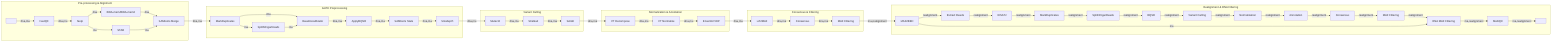
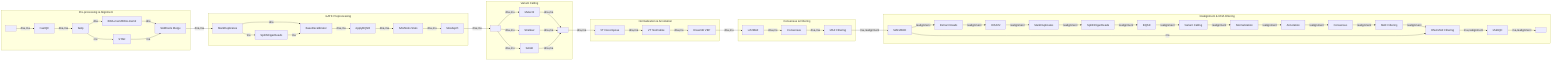
%%metro title: nf-core/rnadnavar
%%metro logo: examples/nf-core-rnadnavar_logo_dark.png
%%metro style: dark
%%metro file: fastq_in | FASTQ
%%metro file: report_out | HTML
%%metro line: dna | DNA (Tumor + Normal) | #4a90d9
%%metro line: rna | RNA (Tumor) | #e63946
%%metro line: realignment | Realignment (RNA) | #f5c542
%%metro legend: bl

graph LR
    subgraph preprocessing [Pre-processing & Alignment]
        %%metro exit: right | dna, rna
        fastq_in[ ]
        fastqc[FastQC]
        fastp[fastp]
        bwa_mem[BWA-mem/BWA-mem2]
        star[STAR]
        samtools_merge[SAMtools Merge]

        fastq_in -->|dna,rna| fastqc
        fastqc -->|dna,rna| fastp
        fastp -->|dna| bwa_mem
        fastp -->|rna| star
        bwa_mem -->|dna| samtools_merge
        star -->|rna| samtools_merge
    end

    subgraph gatk_preproc [GATK Preprocessing]
        %%metro entry: left | dna, rna
        %%metro exit: right | dna, rna
        markduplicates[MarkDuplicates]
        splitncigar[SplitNCigarReads]
        baserecalibrator[BaseRecalibrator]
        applybqsr[ApplyBQSR]
        samtools_stats[SAMtools Stats]
        mosdepth[Mosdepth]

        markduplicates -->|dna| baserecalibrator
        markduplicates -->|rna| splitncigar
        splitncigar -->|rna| baserecalibrator
        baserecalibrator -->|dna,rna| applybqsr
        applybqsr -->|dna,rna| samtools_stats
        samtools_stats -->|dna,rna| mosdepth
    end

    subgraph variant_calling [Variant Calling]
        %%metro entry: left | dna, rna
        %%metro exit: right | dna, rna
+         vc_fork[ ]
        mutect2[Mutect2]
        strelka[Strelka2]
        sage[SAGE]
+         vc_join[ ]

-         mutect2 -->|dna,rna| strelka
-         strelka -->|dna,rna| sage
+         vc_fork -->|dna,rna| mutect2
+         vc_fork -->|dna,rna| strelka
+         vc_fork -->|dna,rna| sage
+         mutect2 -->|dna,rna| vc_join
+         strelka -->|dna,rna| vc_join
+         sage -->|dna,rna| vc_join
    end

    subgraph normalization [Normalization & Annotation]
        %%metro entry: left | dna, rna
        %%metro exit: right | dna, rna
        vt_decompose[VT Decompose]
        vt_normalize[VT Normalize]
        ensemblvep[Ensembl VEP]

        vt_decompose -->|dna,rna| vt_normalize
        vt_normalize -->|dna,rna| ensemblvep
    end

    subgraph consensus [Consensus & Filtering]
        %%metro entry: left | dna, rna
        %%metro exit: right | rna, realignment
        vcf2maf[vcf2MAF]
        run_consensus[Consensus]
        maf_filtering[MAF Filtering]

        vcf2maf -->|dna,rna| run_consensus
        run_consensus -->|dna,rna| maf_filtering
    end

    subgraph realign [Realignment & RNA Filtering]
        %%metro entry: left | rna, realignment
        maf2bed[MAF2BED]
        extract_reads[Extract Reads]
        hisat2[HISAT2]
        markdup_re[MarkDuplicates]
        splitncigar_re[SplitNCigarReads]
        bqsr_re[BQSR]
        varcall_re[Variant Calling]
        norm_re[Normalization]
        annotate_re[Annotation]
        consensus_re[Consensus]
        filter_re[MAF Filtering]
        rna_filter[RNA MAF Filtering]
        multiqc[MultiQC]
        report_out[ ]

        maf2bed -->|realignment| extract_reads
        extract_reads -->|realignment| hisat2
        hisat2 -->|realignment| markdup_re
        markdup_re -->|realignment| splitncigar_re
        splitncigar_re -->|realignment| bqsr_re
        bqsr_re -->|realignment| varcall_re
        varcall_re -->|realignment| norm_re
        norm_re -->|realignment| annotate_re
        annotate_re -->|realignment| consensus_re
        consensus_re -->|realignment| filter_re
        filter_re -->|realignment| rna_filter
        maf2bed -->|rna| rna_filter
        rna_filter -->|rna,realignment| multiqc
        multiqc -->|rna,realignment| report_out
    end

    %% Inter-section edges
    samtools_merge -->|dna,rna| markduplicates
-     mosdepth -->|dna,rna| mutect2
-     sage -->|dna,rna| vt_decompose
+     mosdepth -->|dna,rna| vc_fork
+     vc_join -->|dna,rna| vt_decompose
    ensemblvep -->|dna,rna| vcf2maf
    maf_filtering -->|rna,realignment| maf2bed
